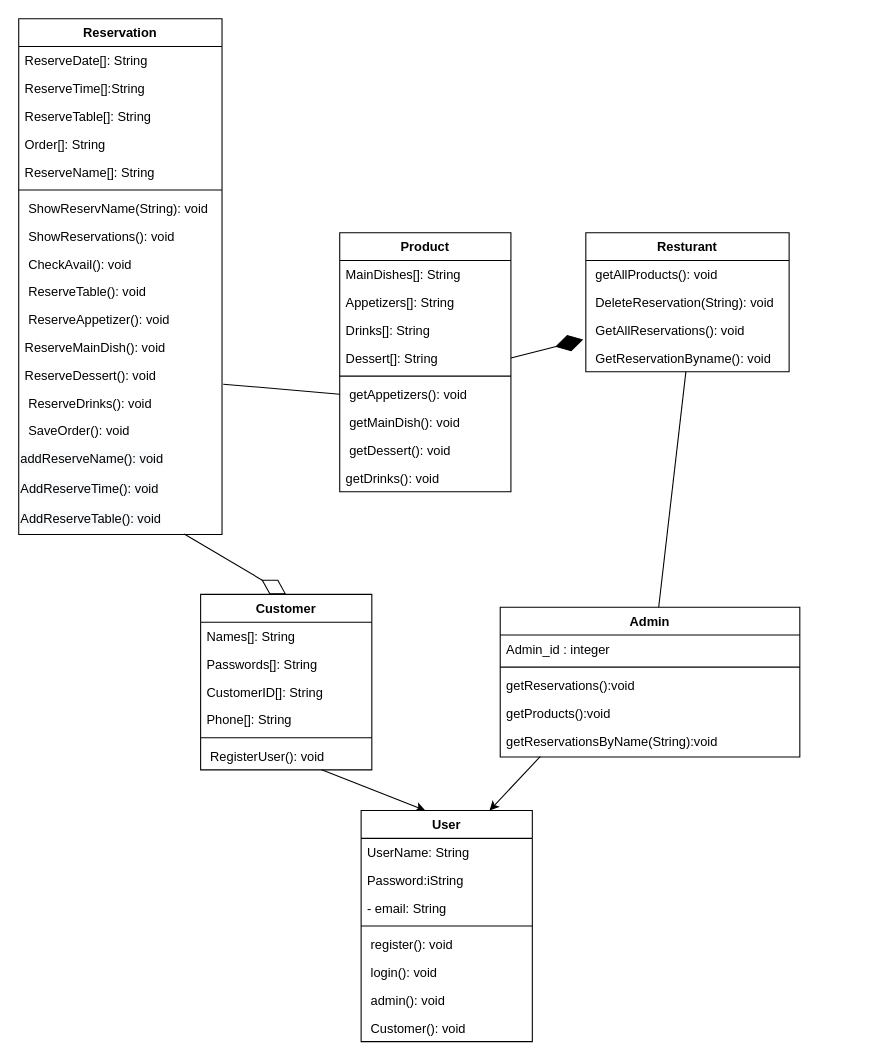
Before: old class diagram.drawio in AndriaSalah/resturantMVC, a draw.io diagram. Source tidied: cells renumbered, new cells numbered last; positions are measured from the earlier drawing's top-left corner, leaving out a move shared by most shapes. Both pictures are drawn from the tidied source at 107%, with x=0, y=0 at pixel (18, 18).
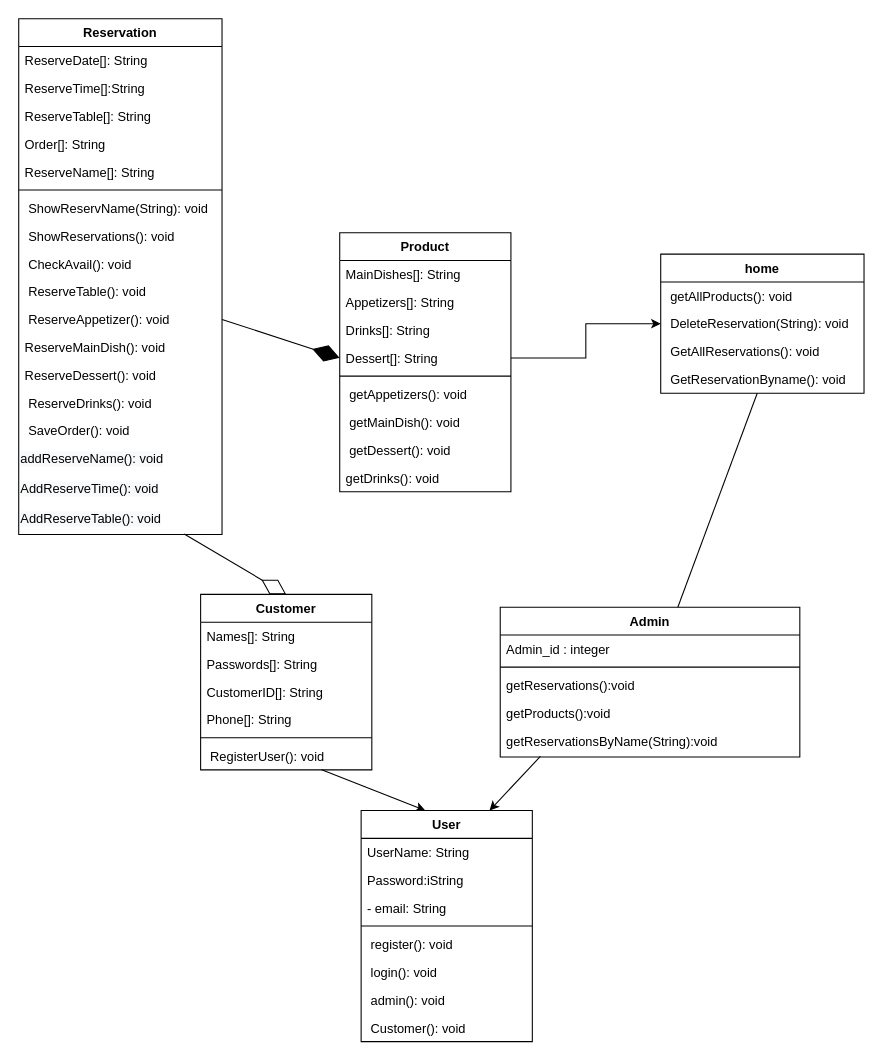
After the change.

Unchanged cells that the change refers to:
```xml
<mxCell id="20" value=" DeleteReservation(String): void" style="text;strokeColor=none;fillColor=none;align=left;verticalAlign=top;spacingLeft=4;spacingRight=4;overflow=hidden;points=[[0,0.5],[1,0.5]];portConstraint=eastwest;" parent="18" vertex="1">
  <mxGeometry y="52" width="190" height="26" as="geometry" />
</mxCell>
<mxCell id="21" value=" GetAllReservations(): void" style="text;strokeColor=none;fillColor=none;align=left;verticalAlign=top;spacingLeft=4;spacingRight=4;overflow=hidden;points=[[0,0.5],[1,0.5]];portConstraint=eastwest;" parent="18" vertex="1">
  <mxGeometry y="78" width="190" height="26" as="geometry" />
</mxCell>
<mxCell id="35" value=" ReserveAppetizer(): void" style="text;strokeColor=none;fillColor=none;align=left;verticalAlign=top;spacingLeft=4;spacingRight=4;overflow=hidden;points=[[0,0.5],[1,0.5]];portConstraint=eastwest;" parent="24" vertex="1">
  <mxGeometry y="268" width="190" height="26" as="geometry" />
</mxCell>
<mxCell id="37" value="ReserveDessert(): void" style="text;strokeColor=none;fillColor=none;align=left;verticalAlign=top;spacingLeft=4;spacingRight=4;overflow=hidden;points=[[0,0.5],[1,0.5]];portConstraint=eastwest;" parent="24" vertex="1">
  <mxGeometry y="320" width="190" height="26" as="geometry" />
</mxCell>
<mxCell id="47" value="Dessert[]: String" style="text;strokeColor=none;fillColor=none;align=left;verticalAlign=top;spacingLeft=4;spacingRight=4;overflow=hidden;points=[[0,0.5],[1,0.5]];portConstraint=eastwest;" parent="43" vertex="1">
  <mxGeometry y="104" width="160" height="26" as="geometry" />
</mxCell>
<mxCell id="49" value=" getAppetizers(): void" style="text;strokeColor=none;fillColor=none;align=left;verticalAlign=top;spacingLeft=4;spacingRight=4;overflow=hidden;points=[[0,0.5],[1,0.5]];portConstraint=eastwest;" parent="43" vertex="1">
  <mxGeometry y="138" width="160" height="26" as="geometry" />
</mxCell>
```

Diff of the diagram source:
```diff
@@
-    <mxCell id="18" value="Resturant" style="swimlane;fontStyle=1;align=center;verticalAlign=top;horizontal=1;startSize=26;" parent="1" vertex="1">
-      <mxGeometry x="530" y="200" width="190" height="130" as="geometry" />
+    <mxCell id="18" value="home" style="swimlane;fontStyle=1;align=center;verticalAlign=top;horizontal=1;startSize=26;" parent="1" vertex="1">
+      <mxGeometry x="600" y="220" width="190" height="130" as="geometry" />
     </mxCell>
@@
-    <mxCell id="61" style="endArrow=diamondThin;endFill=1;endSize=24;html=1;rounded=0;entryX=-0.013;entryY=0.84;entryDx=0;entryDy=0;entryPerimeter=0;exitX=1;exitY=0.5;exitDx=0;exitDy=0;" parent="1" edge="1" source="47" target="21">
-      <mxGeometry relative="1" as="geometry" />
-    </mxCell>
@@
-    <mxCell id="63" style="edgeStyle=none;rounded=0;jettySize=auto;html=1;exitX=0;exitY=0.5;exitDx=0;exitDy=0;entryX=1.006;entryY=0.828;entryDx=0;entryDy=0;entryPerimeter=0;endArrow=none;endFill=0;" parent="1" edge="1" source="49" target="37">
-      <mxGeometry relative="1" as="geometry" />
-    </mxCell>
@@
+    <mxCell id="65" style="edgeStyle=orthogonalEdgeStyle;rounded=0;jettySize=auto;html=1;entryX=0;entryY=0.5;entryDx=0;entryDy=0;" parent="1" edge="1" source="47" target="20">
+      <mxGeometry relative="1" as="geometry" />
+    </mxCell>
+    <mxCell id="66" style="endArrow=diamondThin;endFill=1;endSize=24;html=1;rounded=0;entryX=0;entryY=0.5;entryDx=0;entryDy=0;exitX=1;exitY=0.5;exitDx=0;exitDy=0;" parent="1" edge="1" source="35" target="47">
+      <mxGeometry relative="1" as="geometry" />
+    </mxCell>
```
